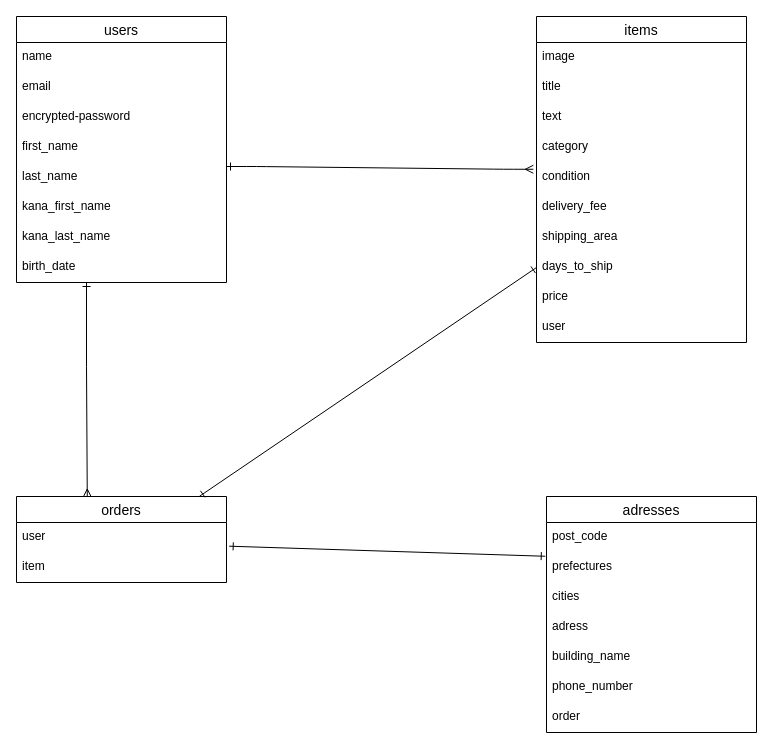
The draw.io diagram database.dio in Aki0717/furima-33023, before the edit. Source tidied: cells renumbered, new cells numbered last; positions are measured from the earlier drawing's top-left corner, leaving out a move shared by most shapes. Both pictures are drawn from the tidied source at 100%, with x=0, y=0 at pixel (16, 16).
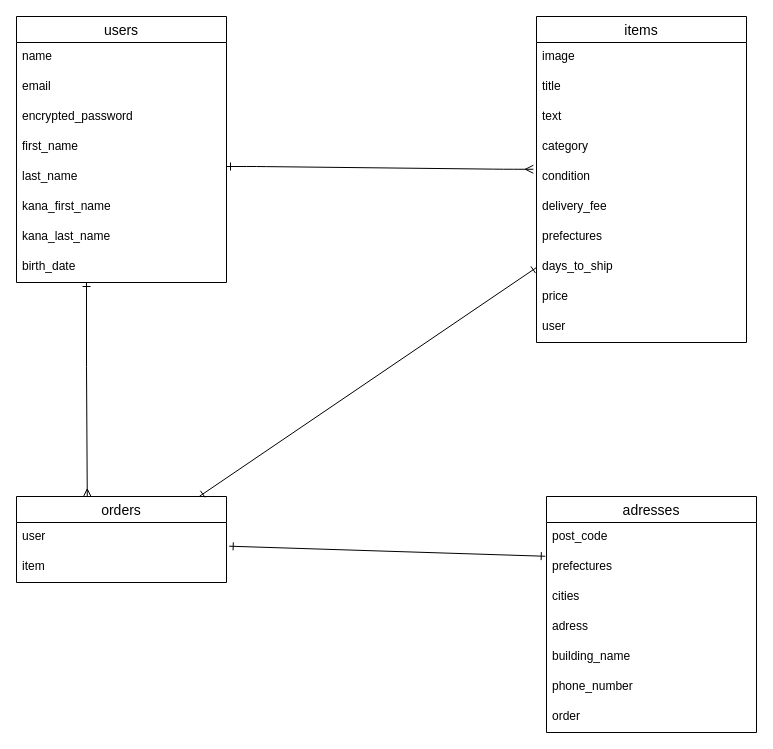
Above is the later version.

Unchanged cells that the change refers to:
```xml
<mxCell id="2" value="users" style="swimlane;fontStyle=0;horizontal=1;startSize=26;align=center;fontSize=14;" parent="1" vertex="1">
  <mxGeometry width="210" height="266" as="geometry" />
</mxCell>
<mxCell id="22" value="items" style="swimlane;fontStyle=0;horizontal=1;startSize=26;align=center;fontSize=14;" parent="1" vertex="1">
  <mxGeometry x="520" width="210" height="326" as="geometry" />
</mxCell>
```

What changed in the source:
```diff
@@
-    <mxCell id="5" value="encrypted-password" style="text;strokeColor=none;fillColor=none;spacingLeft=4;spacingRight=4;overflow=hidden;fontSize=12;" parent="2" vertex="1">
+    <mxCell id="5" value="encrypted_password" style="text;strokeColor=none;fillColor=none;spacingLeft=4;spacingRight=4;overflow=hidden;fontSize=12;" parent="2" vertex="1">
       <mxGeometry y="86" width="210" height="30" as="geometry" />
     </mxCell>
@@
-    <mxCell id="29" value="shipping_area" style="text;strokeColor=none;fillColor=none;spacingLeft=4;spacingRight=4;overflow=hidden;fontSize=12;" parent="22" vertex="1">
+    <mxCell id="29" value="prefectures" style="text;strokeColor=none;fillColor=none;spacingLeft=4;spacingRight=4;overflow=hidden;fontSize=12;" parent="22" vertex="1">
       <mxGeometry y="206" width="210" height="30" as="geometry" />
     </mxCell>
```
